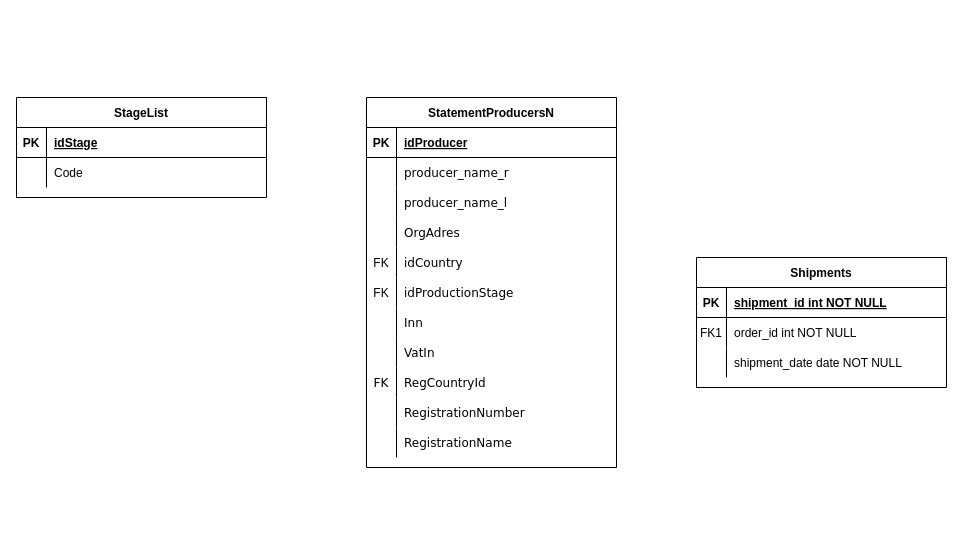
The draw.io diagram Domain/Producers/Producers.drawio in davyd0ff/so-line-grls, before the edit. Source tidied: cells renumbered, new cells numbered last; positions are measured from the earlier drawing's top-left corner, leaving out a move shared by most shapes. Both pictures are drawn from the tidied source at 100%, with x=0, y=0 at pixel (16, 97).
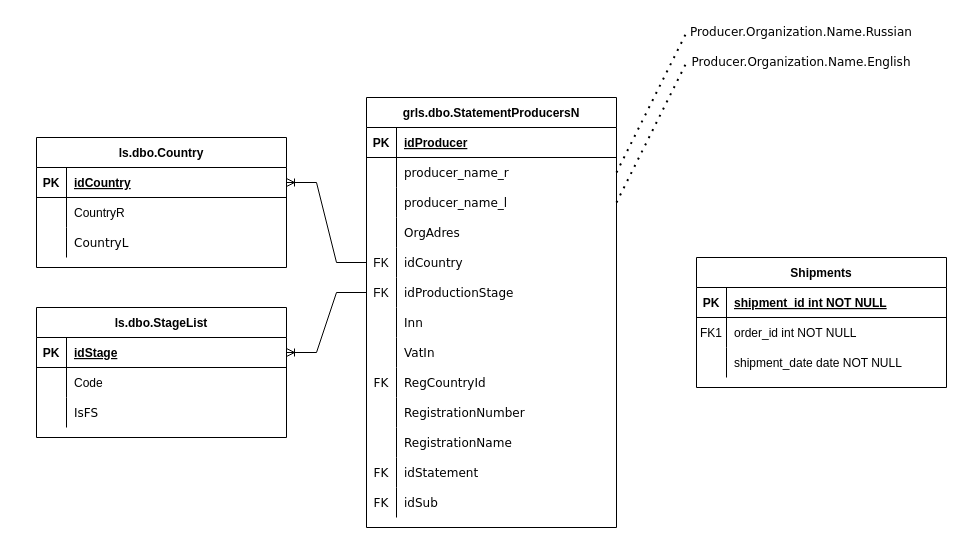
Above is the later version.

The change refers to these unchanged cells:
```xml
<mxCell id="3" style="shape=partialRectangle;fillColor=none;points=[[0,0.5],[1,0.5]];portConstraint=eastwest;top=0;left=0;right=0;bottom=1;" parent="2" vertex="1">
  <mxGeometry y="30" width="250" height="30" as="geometry" />
</mxCell>
<mxCell id="23" style="shape=partialRectangle;fillColor=none;points=[[0,0.5],[1,0.5]];portConstraint=eastwest;top=0;left=0;right=0;bottom=0;" parent="19" vertex="1">
  <mxGeometry y="60" width="250" height="30" as="geometry" />
</mxCell>
<mxCell id="26" style="shape=tableRow;horizontal=0;startSize=0;swimlaneHead=0;swimlaneBody=0;fillColor=none;points=[[0,0.5],[1,0.5]];portConstraint=eastwest;top=0;left=0;right=0;bottom=0;" parent="19" vertex="1">
  <mxGeometry y="90" width="250" height="30" as="geometry" />
</mxCell>
<mxCell id="32" style="shape=tableRow;horizontal=0;startSize=0;swimlaneHead=0;swimlaneBody=0;fillColor=none;points=[[0,0.5],[1,0.5]];portConstraint=eastwest;top=0;left=0;right=0;bottom=0;" parent="19" vertex="1">
  <mxGeometry y="150" width="250" height="30" as="geometry" />
</mxCell>
<mxCell id="35" style="shape=tableRow;horizontal=0;startSize=0;swimlaneHead=0;swimlaneBody=0;fillColor=none;points=[[0,0.5],[1,0.5]];portConstraint=eastwest;top=0;left=0;right=0;bottom=0;" parent="19" vertex="1">
  <mxGeometry y="180" width="250" height="30" as="geometry" />
</mxCell>
```

The edit, as a diff of the source:
```diff
@@
-    <mxCell id="2" value="StageList" style="shape=table;startSize=30;childLayout=tableLayout;rowLines=0;fontStyle=1;align=center;" parent="1" vertex="1">
-      <mxGeometry width="250" height="100" as="geometry" />
+    <mxCell id="2" value="ls.dbo.StageList" style="shape=table;startSize=30;childLayout=tableLayout;rowLines=0;fontStyle=1;align=center;" parent="1" vertex="1">
+      <mxGeometry x="20" y="210" width="250" height="130" as="geometry" />
     </mxCell>
@@
+    <mxCell id="53" style="shape=tableRow;horizontal=0;startSize=0;swimlaneHead=0;swimlaneBody=0;fillColor=none;top=0;left=0;right=0;bottom=0;strokeColor=#000000;fontFamily=Verdana;fontColor=#000000;" parent="2" vertex="1">
+      <mxGeometry y="90" width="250" height="30" as="geometry" />
+    </mxCell>
+    <mxCell id="54" style="shape=partialRectangle;fillColor=none;top=0;left=0;bottom=0;right=0;overflow=hidden;strokeColor=#000000;fontFamily=Verdana;fontColor=#000000;" parent="53" vertex="1">
+      <mxGeometry width="30" height="30" as="geometry" />
+    </mxCell>
+    <mxCell id="55" value="IsFS" style="shape=partialRectangle;fillColor=none;top=0;left=0;bottom=0;right=0;align=left;spacingLeft=6;overflow=hidden;strokeColor=#000000;fontFamily=Verdana;fontColor=#000000;" parent="53" vertex="1">
+      <mxGeometry x="30" width="220" height="30" as="geometry" />
+    </mxCell>
@@
-    <mxCell id="19" value="StatementProducersN" style="shape=table;startSize=30;childLayout=tableLayout;rowLines=0;fontStyle=1;align=center;" parent="1" vertex="1">
-      <mxGeometry x="350" width="250" height="370" as="geometry" />
+    <mxCell id="19" value="grls.dbo.StatementProducersN" style="shape=table;startSize=30;childLayout=tableLayout;rowLines=0;fontStyle=1;align=center;" parent="1" vertex="1">
+      <mxGeometry x="350" width="250" height="430" as="geometry" />
     </mxCell>
@@
+    <mxCell id="56" style="shape=tableRow;horizontal=0;startSize=0;swimlaneHead=0;swimlaneBody=0;fillColor=none;top=0;left=0;right=0;bottom=0;strokeColor=#000000;fontFamily=Verdana;fontColor=#000000;" parent="19" vertex="1">
+      <mxGeometry y="360" width="250" height="30" as="geometry" />
+    </mxCell>
+    <mxCell id="57" value="FK" style="shape=partialRectangle;fillColor=none;top=0;left=0;bottom=0;right=0;overflow=hidden;strokeColor=#000000;fontFamily=Verdana;fontColor=#000000;" parent="56" vertex="1">
+      <mxGeometry width="30" height="30" as="geometry" />
+    </mxCell>
+    <mxCell id="58" value="idStatement" style="shape=partialRectangle;fillColor=none;top=0;left=0;bottom=0;right=0;align=left;spacingLeft=6;overflow=hidden;strokeColor=#000000;fontFamily=Verdana;fontColor=#000000;" parent="56" vertex="1">
+      <mxGeometry x="30" width="220" height="30" as="geometry" />
+    </mxCell>
+    <mxCell id="59" style="shape=tableRow;horizontal=0;startSize=0;swimlaneHead=0;swimlaneBody=0;fillColor=none;top=0;left=0;right=0;bottom=0;strokeColor=#000000;fontFamily=Verdana;fontColor=#000000;" parent="19" vertex="1">
+      <mxGeometry y="390" width="250" height="30" as="geometry" />
+    </mxCell>
+    <mxCell id="60" value="FK" style="shape=partialRectangle;fillColor=none;top=0;left=0;bottom=0;right=0;overflow=hidden;strokeColor=#000000;fontFamily=Verdana;fontColor=#000000;" parent="59" vertex="1">
+      <mxGeometry width="30" height="30" as="geometry" />
+    </mxCell>
+    <mxCell id="61" value="idSub" style="shape=partialRectangle;fillColor=none;top=0;left=0;bottom=0;right=0;align=left;spacingLeft=6;overflow=hidden;strokeColor=#000000;fontFamily=Verdana;fontColor=#000000;" parent="59" vertex="1">
+      <mxGeometry x="30" width="220" height="30" as="geometry" />
+    </mxCell>
+    <mxCell id="62" style="edgeStyle=entityRelationEdgeStyle;fontSize=12;html=1;endArrow=ERoneToMany;rounded=0;fontFamily=Verdana;fontColor=#000000;" parent="1" edge="1" source="35" target="3">
+      <mxGeometry relative="1" as="geometry" />
+    </mxCell>
+    <mxCell id="63" value="ls.dbo.Country" style="shape=table;startSize=30;childLayout=tableLayout;rowLines=0;fontStyle=1;align=center;" parent="1" vertex="1">
+      <mxGeometry x="20" y="40" width="250" height="130" as="geometry" />
+    </mxCell>
+    <mxCell id="64" style="shape=partialRectangle;fillColor=none;points=[[0,0.5],[1,0.5]];portConstraint=eastwest;top=0;left=0;right=0;bottom=1;" parent="63" vertex="1">
+      <mxGeometry y="30" width="250" height="30" as="geometry" />
+    </mxCell>
+    <mxCell id="65" value="PK" style="shape=partialRectangle;overflow=hidden;fillColor=none;top=0;left=0;bottom=0;right=0;fontStyle=1;" parent="64" vertex="1">
+      <mxGeometry width="30" height="30" as="geometry" />
+    </mxCell>
+    <mxCell id="66" value="idCountry" style="shape=partialRectangle;overflow=hidden;fillColor=none;top=0;left=0;bottom=0;right=0;align=left;spacingLeft=6;fontStyle=5;" parent="64" vertex="1">
+      <mxGeometry x="30" width="220" height="30" as="geometry" />
+    </mxCell>
+    <mxCell id="67" style="shape=partialRectangle;fillColor=none;top=0;left=0;right=0;bottom=0;" parent="63" vertex="1">
+      <mxGeometry y="60" width="250" height="30" as="geometry" />
+    </mxCell>
+    <mxCell id="68" style="shape=partialRectangle;overflow=hidden;fillColor=none;top=0;left=0;bottom=0;right=0;" parent="67" vertex="1">
+      <mxGeometry width="30" height="30" as="geometry" />
+    </mxCell>
+    <mxCell id="69" value="CountryR" style="shape=partialRectangle;overflow=hidden;fillColor=none;top=0;left=0;bottom=0;right=0;align=left;spacingLeft=6;" parent="67" vertex="1">
+      <mxGeometry x="30" width="220" height="30" as="geometry" />
+    </mxCell>
+    <mxCell id="70" style="shape=tableRow;horizontal=0;startSize=0;swimlaneHead=0;swimlaneBody=0;fillColor=none;top=0;left=0;right=0;bottom=0;strokeColor=#000000;fontFamily=Verdana;fontColor=#000000;" parent="63" vertex="1">
+      <mxGeometry y="90" width="250" height="30" as="geometry" />
+    </mxCell>
+    <mxCell id="71" style="shape=partialRectangle;fillColor=none;top=0;left=0;bottom=0;right=0;overflow=hidden;strokeColor=#000000;fontFamily=Verdana;fontColor=#000000;" parent="70" vertex="1">
+      <mxGeometry width="30" height="30" as="geometry" />
+    </mxCell>
+    <mxCell id="72" value="CountryL" style="shape=partialRectangle;fillColor=none;top=0;left=0;bottom=0;right=0;align=left;spacingLeft=6;overflow=hidden;strokeColor=#000000;fontFamily=Verdana;fontColor=#000000;" parent="70" vertex="1">
+      <mxGeometry x="30" width="220" height="30" as="geometry" />
+    </mxCell>
+    <mxCell id="73" style="edgeStyle=entityRelationEdgeStyle;fontSize=12;html=1;endArrow=ERoneToMany;rounded=0;fontFamily=Verdana;fontColor=#000000;" parent="1" edge="1" source="32" target="64">
+      <mxGeometry relative="1" as="geometry" />
+    </mxCell>
+    <mxCell id="74" value="Producer.Organization.Name.Russian" style="text;html=1;strokeColor=none;fillColor=none;align=center;verticalAlign=middle;whiteSpace=wrap;rounded=0;fontFamily=Verdana;fontColor=#000000;" parent="1" vertex="1">
+      <mxGeometry x="670" y="-80" width="230" height="30" as="geometry" />
+    </mxCell>
+    <mxCell id="75" value="Producer.Organization.Name.English" style="text;html=1;strokeColor=none;fillColor=none;align=center;verticalAlign=middle;whiteSpace=wrap;rounded=0;fontFamily=Verdana;fontColor=#000000;" parent="1" vertex="1">
+      <mxGeometry x="670" y="-50" width="230" height="30" as="geometry" />
+    </mxCell>
+    <mxCell id="76" style="endArrow=none;dashed=1;html=1;dashPattern=1 3;strokeWidth=2;rounded=0;fontFamily=Verdana;fontColor=#000000;entryX=0;entryY=0.5;entryDx=0;entryDy=0;exitX=1;exitY=0.5;exitDx=0;exitDy=0;" parent="1" edge="1" source="23" target="74">
+      <mxGeometry relative="1" as="geometry" />
+    </mxCell>
+    <mxCell id="77" style="endArrow=none;dashed=1;html=1;dashPattern=1 3;strokeWidth=2;rounded=0;fontFamily=Verdana;fontColor=#000000;exitX=1;exitY=0.5;exitDx=0;exitDy=0;entryX=0;entryY=0.5;entryDx=0;entryDy=0;" parent="1" edge="1" source="26" target="75">
+      <mxGeometry relative="1" as="geometry" />
+    </mxCell>
```
